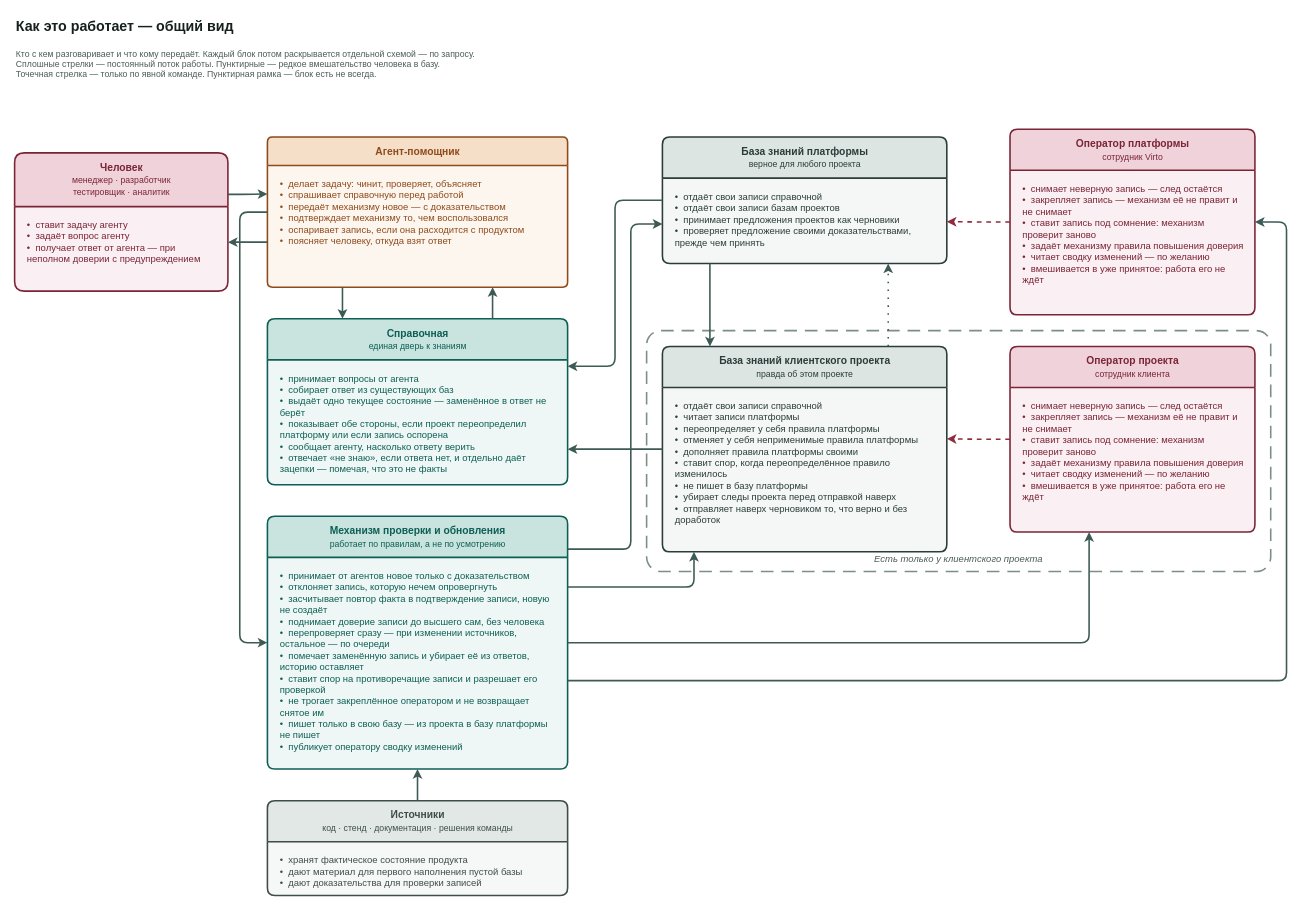
Before: docs/adr/adr-knowledge-base-v3-overview.drawio in VirtoCommerce/ai-tools, a draw.io diagram. Source tidied: cells renumbered, new cells numbered last; positions are measured from the earlier drawing's top-left corner, leaving out a move shared by most shapes. Both pictures are drawn from the tidied source at 79%, with x=0, y=0 at pixel (14, 13).
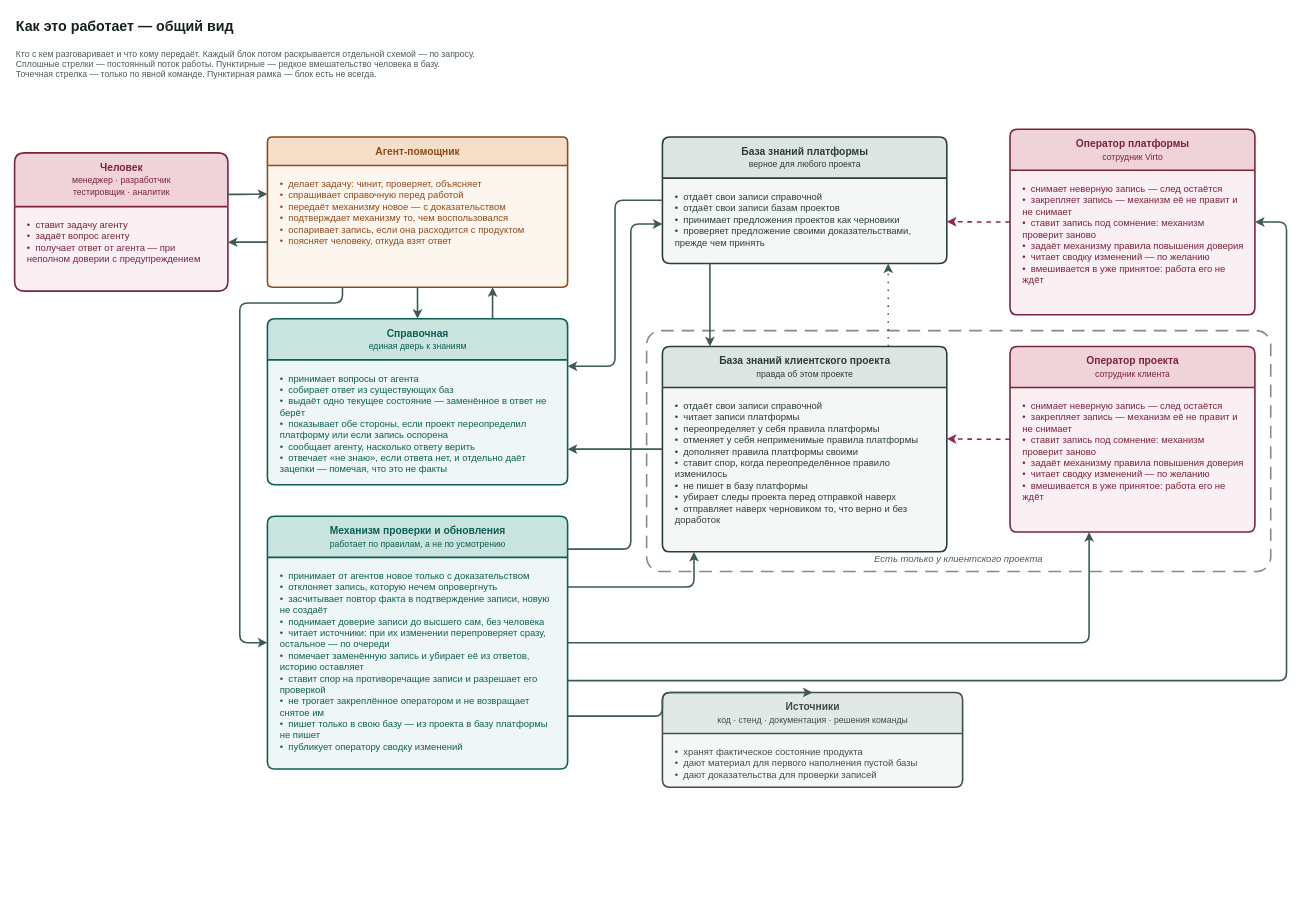
The same page after the edit.

Commit message (it also covers changes not shown here):
docs(adr): kb v3 — к источникам обращается механизм, а не они к нему (VCST-5776)

Стрелка шла от источников к механизму — то есть артефакты по-прежнему
выглядели инициаторами, хотя тезисы у них уже пассивные. Направление
перевёрнуто: механизм читает источники. У него это и названо —
«читает источники: при их изменении перепроверяет сразу, остальное —
по очереди».

The change refers to these unchanged cells:
```xml
<mxCell id="6" value="Агент-помощник" style="swimlane;html=1;rounded=1;arcSize=6;startSize=36;horizontal=1;fillColor=#f5dfc8;swimlaneFillColor=#fdf6ef;strokeColor=#8f4a1b;fontColor=#8f4a1b;fontSize=13;fontStyle=1;align=center;verticalAlign=middle;strokeWidth=2;fontFamily=Helvetica;" parent="1" vertex="1">
  <mxGeometry x="320" y="156" width="380" height="190" as="geometry" />
</mxCell>
<mxCell id="7" value="•&amp;nbsp; делает задачу: чинит, проверяет, объясняет&lt;br&gt;•&amp;nbsp; спрашивает справочную перед работой&lt;br&gt;•&amp;nbsp; передаёт механизму новое — с доказательством&lt;br&gt;•&amp;nbsp; подтверждает механизму то, чем воспользовался&lt;br&gt;•&amp;nbsp; оспаривает запись, если она расходится с продуктом&lt;br&gt;•&amp;nbsp; поясняет человеку, откуда взят ответ" style="text;html=1;align=left;verticalAlign=top;whiteSpace=wrap;spacingLeft=14;spacingTop=10;spacingRight=10;fontSize=12;fontColor=#8f4a1b;fontFamily=Helvetica;" parent="6" vertex="1">
  <mxGeometry y="36" width="380" height="154" as="geometry" />
</mxCell>
<mxCell id="8" value="Справочная&lt;br&gt;&lt;span style=&quot;font-size:11px;font-weight:normal&quot;&gt;единая дверь к знаниям&lt;/span&gt;" style="swimlane;html=1;rounded=1;arcSize=6;startSize=52;horizontal=1;fillColor=#c9e4de;swimlaneFillColor=#eef7f5;strokeColor=#0d5f55;fontColor=#0d5f55;fontSize=13;fontStyle=1;align=center;verticalAlign=middle;strokeWidth=2;fontFamily=Helvetica;" parent="1" vertex="1">
  <mxGeometry x="320" y="386" width="380" height="210" as="geometry" />
</mxCell>
<mxCell id="15" value="Механизм проверки и обновления&lt;br&gt;&lt;span style=&quot;font-size:11px;font-weight:normal&quot;&gt;работает по правилам, а не по усмотрению&lt;/span&gt;" style="swimlane;html=1;rounded=1;arcSize=6;startSize=52;horizontal=1;fillColor=#c9e4de;swimlaneFillColor=#eef7f5;strokeColor=#0d5f55;fontColor=#0d5f55;fontSize=13;fontStyle=1;align=center;verticalAlign=middle;strokeWidth=2;fontFamily=Helvetica;" parent="1" vertex="1">
  <mxGeometry x="320" y="636" width="380" height="320" as="geometry" />
</mxCell>
```

The edit, as a diff of the source:
```diff
@@
-    <mxCell id="16" value="•&amp;nbsp; принимает от агентов новое только с доказательством&lt;br&gt;•&amp;nbsp; отклоняет запись, которую нечем опровергнуть&lt;br&gt;•&amp;nbsp; засчитывает повтор факта в подтверждение записи, новую не создаёт&lt;br&gt;•&amp;nbsp; поднимает доверие записи до высшего сам, без человека&lt;br&gt;•&amp;nbsp; перепроверяет сразу — при изменении источников, остальное — по очереди&lt;br&gt;•&amp;nbsp; помечает заменённую запись и убирает её из ответов, историю оставляет&lt;br&gt;•&amp;nbsp; ставит спор на противоречащие записи и разрешает его проверкой&lt;br&gt;•&amp;nbsp; не трогает закреплённое оператором и не возвращает снятое им&lt;br&gt;•&amp;nbsp; пишет только в свою базу — из проекта в базу платформы не пишет&lt;br&gt;•&amp;nbsp; публикует оператору сводку изменений" style="text;html=1;align=left;verticalAlign=top;whiteSpace=wrap;spacingLeft=14;spacingTop=10;spacingRight=10;fontSize=12;fontColor=#0d5f55;fontFamily=Helvetica;" parent="15" vertex="1">
+    <mxCell id="16" value="•&amp;nbsp; принимает от агентов новое только с доказательством&lt;br&gt;•&amp;nbsp; отклоняет запись, которую нечем опровергнуть&lt;br&gt;•&amp;nbsp; засчитывает повтор факта в подтверждение записи, новую не создаёт&lt;br&gt;•&amp;nbsp; поднимает доверие записи до высшего сам, без человека&lt;br&gt;•&amp;nbsp; читает источники: при их изменении перепроверяет сразу, остальное — по очереди&lt;br&gt;•&amp;nbsp; помечает заменённую запись и убирает её из ответов, историю оставляет&lt;br&gt;•&amp;nbsp; ставит спор на противоречащие записи и разрешает его проверкой&lt;br&gt;•&amp;nbsp; не трогает закреплённое оператором и не возвращает снятое им&lt;br&gt;•&amp;nbsp; пишет только в свою базу — из проекта в базу платформы не пишет&lt;br&gt;•&amp;nbsp; публикует оператору сводку изменений" style="text;html=1;align=left;verticalAlign=top;whiteSpace=wrap;spacingLeft=14;spacingTop=10;spacingRight=10;fontSize=12;fontColor=#0d5f55;fontFamily=Helvetica;" parent="15" vertex="1">
       <mxGeometry y="52" width="380" height="268" as="geometry" />
     </mxCell>
@@
     <mxCell id="21" value="Источники&lt;br&gt;&lt;span style=&quot;font-size:11px;font-weight:normal&quot;&gt;код · стенд · документация · решения команды&lt;/span&gt;" style="swimlane;html=1;rounded=1;arcSize=6;startSize=52;horizontal=1;fillColor=#e2e8e6;swimlaneFillColor=#f6f8f7;strokeColor=#3f4d49;fontColor=#3f4d49;fontSize=13;fontStyle=1;align=center;verticalAlign=middle;strokeWidth=2;fontFamily=Helvetica;" parent="1" vertex="1">
-      <mxGeometry x="320" y="996" width="380" height="120" as="geometry" />
+      <mxGeometry x="820" y="859" width="380" height="120" as="geometry" />
     </mxCell>
@@
-    <mxCell id="25" style="edgeStyle=orthogonalEdgeStyle;rounded=1;html=1;labelBackgroundColor=#ffffff;fontSize=12;strokeWidth=2;strokeColor=#3d5a55;fontColor=#2f3a37;fontFamily=Helvetica;exitX=0.25;exitY=1;exitDx=0;exitDy=0;entryX=0.25;entryY=0;entryDx=0;entryDy=0;" parent="1" edge="1" source="6" target="8">
+    <mxCell id="25" style="edgeStyle=orthogonalEdgeStyle;rounded=1;html=1;labelBackgroundColor=#ffffff;fontSize=12;strokeWidth=2;strokeColor=#3d5a55;fontColor=#2f3a37;fontFamily=Helvetica;exitX=0.5;exitY=1;exitDx=0;exitDy=0;entryX=0.5;entryY=0;entryDx=0;entryDy=0;" parent="1" edge="1" source="7" target="8">
       <mxGeometry relative="1" as="geometry" />
     </mxCell>
@@
-    <mxCell id="29" style="edgeStyle=orthogonalEdgeStyle;rounded=1;html=1;labelBackgroundColor=#ffffff;fontSize=12;strokeWidth=2;strokeColor=#3d5a55;fontColor=#2f3a37;fontFamily=Helvetica;exitX=0;exitY=0.5;exitDx=0;exitDy=0;entryX=0;entryY=0.5;entryDx=0;entryDy=0;" parent="1" edge="1" source="6" target="15">
+    <mxCell id="29" style="edgeStyle=orthogonalEdgeStyle;rounded=1;html=1;labelBackgroundColor=#ffffff;fontSize=12;strokeWidth=2;strokeColor=#3d5a55;fontColor=#2f3a37;fontFamily=Helvetica;exitX=0.25;exitY=1;exitDx=0;exitDy=0;entryX=0;entryY=0.5;entryDx=0;entryDy=0;" parent="1" edge="1" source="7" target="15">
       <mxGeometry relative="1" as="geometry">
         <Array as="points">
-          <mxPoint x="285" y="251" />
+          <mxPoint x="415" y="366" />
+          <mxPoint x="285" y="366" />
           <mxPoint x="285" y="796" />
         </Array>
       </mxGeometry>
     </mxCell>
@@
-    <mxCell id="33" style="edgeStyle=orthogonalEdgeStyle;rounded=1;html=1;labelBackgroundColor=#ffffff;fontSize=12;strokeWidth=2;strokeColor=#3d5a55;fontColor=#2f3a37;fontFamily=Helvetica;exitX=0.5;exitY=0;exitDx=0;exitDy=0;entryX=0.5;entryY=1;entryDx=0;entryDy=0;" parent="1" edge="1" source="21" target="15">
-      <mxGeometry relative="1" as="geometry" />
+    <mxCell id="33" style="edgeStyle=orthogonalEdgeStyle;rounded=1;html=1;labelBackgroundColor=#ffffff;fontSize=12;strokeWidth=2;strokeColor=#3d5a55;fontColor=#2f3a37;fontFamily=Helvetica;exitX=1;exitY=0.75;exitDx=0;exitDy=0;entryX=0.5;entryY=0;entryDx=0;entryDy=0;" parent="1" edge="1" source="16" target="21">
+      <mxGeometry relative="1" as="geometry">
+        <Array as="points">
+          <mxPoint x="820" y="889" />
+          <mxPoint x="820" y="859" />
+        </Array>
+      </mxGeometry>
     </mxCell>
```
